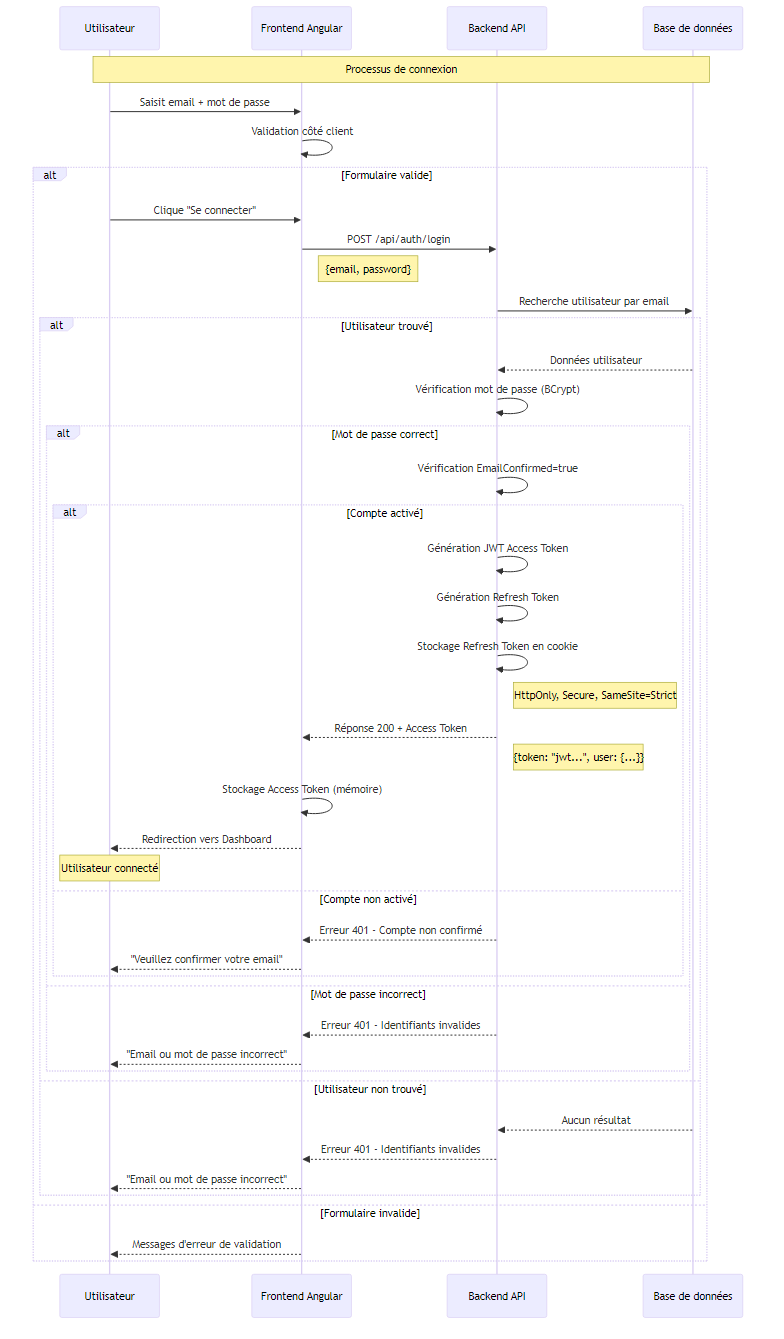
Earlier version of the Mermaid export dossier-projet-images/connexion.png (mahdimcheik/template-angular-19-dashboard). Its source is kept beside it as dossier-projet-images/connexion.mmd.
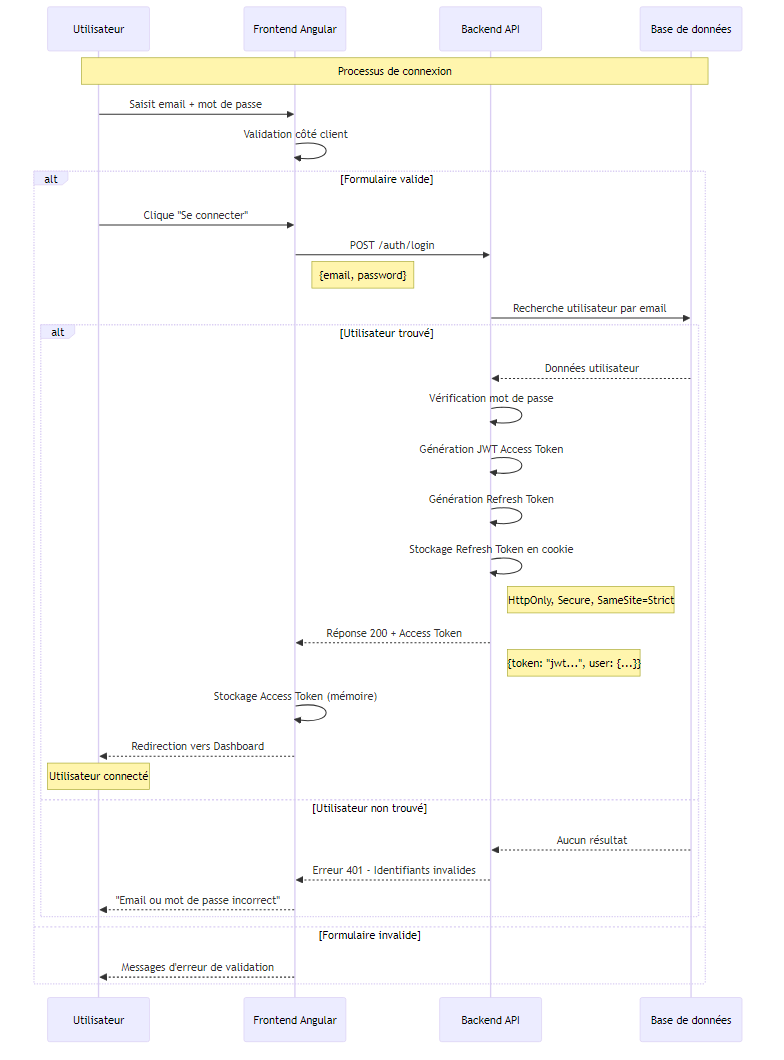
Later version of the same file.

Change to the diagram source:
```diff
@@ -18,12 +18,11 @@
 
         alt Utilisateur trouvé
             D-->>B: Données utilisateur
-            B->>B: Vérification mot de passe (BCrypt)
+            B->>B: Vérification mot de passe
 
-            alt Mot de passe correct
-                B->>B: Vérification EmailConfirmed=true
 
-                alt Compte activé
+
+
                     B->>B: Génération JWT Access Token
                     B->>B: Génération Refresh Token
 
@@ -37,17 +36,6 @@
                     F-->>U: Redirection vers Dashboard
 
                     Note over U: Utilisateur connecté
-
-                else Compte non activé
-                    B-->>F: Erreur 401 - Compte non confirmé
-                    F-->>U: "Veuillez confirmer votre email"
-                end
-
-            else Mot de passe incorrect
-                B-->>F: Erreur 401 - Identifiants invalides
-                F-->>U: "Email ou mot de passe incorrect"
-            end
-
         else Utilisateur non trouvé
             D-->>B: Aucun résultat
             B-->>F: Erreur 401 - Identifiants invalides
```
